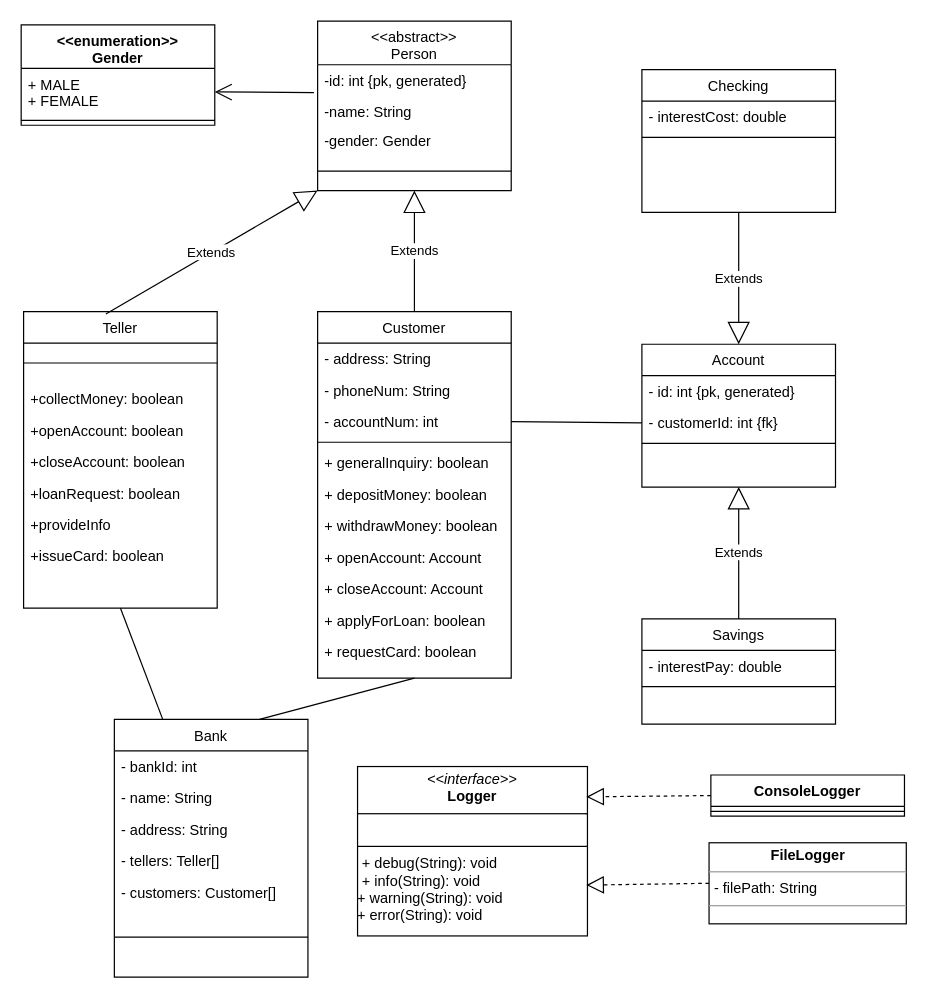
This is examples/simple_class_diagram.drawio from michelmbem/DrawioCodeGenerator, a draw.io file, before an edit. Source tidied: cells renumbered, new cells numbered last; positions are measured from the earlier drawing's top-left corner, leaving out a move shared by most shapes. Both pictures are drawn from the tidied source at 121%, with x=0, y=0 at pixel (21, 21).
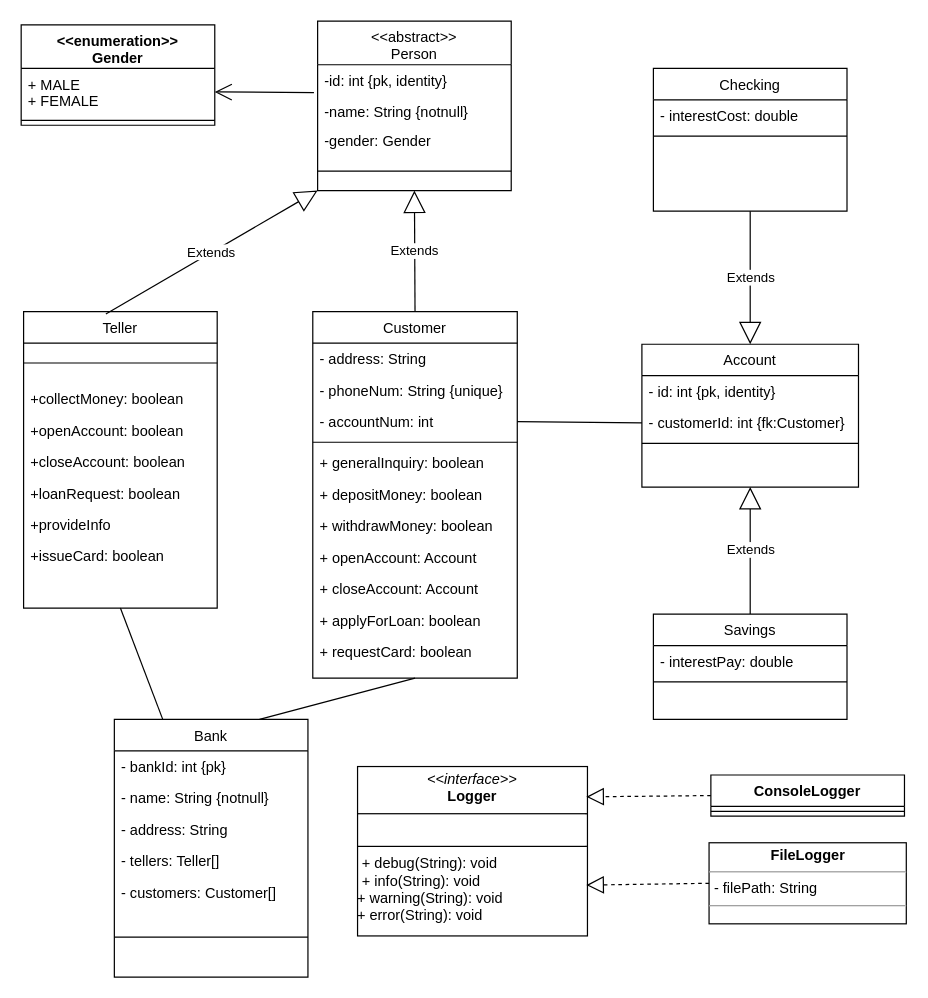
Above is the later version.

Unchanged cells that the change refers to:
```xml
<mxCell id="14" value="&lt;&lt;abstract&gt;&gt;&#10;Person" style="swimlane;fontStyle=0;align=center;verticalAlign=top;horizontal=1;startSize=36;rounded=0;shadow=0;strokeWidth=1;" parent="1" vertex="1">
  <mxGeometry x="245" width="160" height="140" as="geometry" />
</mxCell>
<mxCell id="42" value="Bank" style="swimlane;fontStyle=0;align=center;verticalAlign=top;horizontal=1;startSize=26;rounded=0;shadow=0;strokeWidth=1;" parent="1" vertex="1">
  <mxGeometry x="77" y="577" width="160" height="213" as="geometry" />
</mxCell>
```

Change to the diagram source:
```diff
@@
     <mxCell id="10" value="Account" style="swimlane;fontStyle=0;align=center;verticalAlign=top;horizontal=1;startSize=26;rounded=0;shadow=0;strokeWidth=1;" parent="1" vertex="1">
-      <mxGeometry x="513" y="267" width="160" height="118" as="geometry" />
+      <mxGeometry x="513" y="267" width="179" height="118" as="geometry" />
     </mxCell>
-    <mxCell id="11" value="- id: int {pk, generated}" style="text;align=left;verticalAlign=top;spacingLeft=4;spacingRight=4;overflow=hidden;" parent="10" vertex="1">
-      <mxGeometry y="26" width="160" height="26" as="geometry" />
+    <mxCell id="11" value="- id: int {pk, identity}" style="text;align=left;verticalAlign=top;spacingLeft=4;spacingRight=4;overflow=hidden;" parent="10" vertex="1">
+      <mxGeometry y="26" width="179" height="26" as="geometry" />
     </mxCell>
-    <mxCell id="12" value="- customerId: int {fk}" style="text;align=left;verticalAlign=top;spacingLeft=4;spacingRight=4;overflow=hidden;points=[[0,0.5],[1,0.5]];portConstraint=eastwest;rounded=0;shadow=0;html=0;" parent="10" vertex="1">
-      <mxGeometry y="52" width="160" height="26" as="geometry" />
+    <mxCell id="12" value="- customerId: int {fk:Customer}" style="text;align=left;verticalAlign=top;spacingLeft=4;spacingRight=4;overflow=hidden;points=[[0,0.5],[1,0.5]];portConstraint=eastwest;rounded=0;shadow=0;html=0;" parent="10" vertex="1">
+      <mxGeometry y="52" width="179" height="26" as="geometry" />
     </mxCell>
     <mxCell id="13" style="line;html=1;strokeWidth=1;align=left;verticalAlign=middle;spacingTop=-1;spacingLeft=3;spacingRight=3;labelPosition=right;" parent="10" vertex="1">
-      <mxGeometry y="78" width="160" height="8" as="geometry" />
+      <mxGeometry y="78" width="179" height="8" as="geometry" />
     </mxCell>
@@
-    <mxCell id="15" value="-id: int {pk, generated}" style="text;align=left;verticalAlign=top;spacingLeft=4;spacingRight=4;overflow=hidden;" parent="14" vertex="1">
+    <mxCell id="15" value="-id: int {pk, identity}" style="text;align=left;verticalAlign=top;spacingLeft=4;spacingRight=4;overflow=hidden;" parent="14" vertex="1">
       <mxGeometry y="36" width="160" height="26" as="geometry" />
     </mxCell>
-    <mxCell id="16" value="-name: String" style="text;align=left;verticalAlign=top;spacingLeft=4;spacingRight=4;overflow=hidden;points=[[0,0.5],[1,0.5]];portConstraint=eastwest;rounded=0;shadow=0;html=0;" parent="14" vertex="1">
+    <mxCell id="16" value="-name: String {notnull}" style="text;align=left;verticalAlign=top;spacingLeft=4;spacingRight=4;overflow=hidden;points=[[0,0.5],[1,0.5]];portConstraint=eastwest;rounded=0;shadow=0;html=0;" parent="14" vertex="1">
       <mxGeometry y="62" width="160" height="24" as="geometry" />
     </mxCell>
@@
     <mxCell id="19" value="Customer" style="swimlane;fontStyle=0;align=center;verticalAlign=top;horizontal=1;startSize=26;rounded=0;shadow=0;strokeWidth=1;" parent="1" vertex="1">
-      <mxGeometry x="245" y="240" width="160" height="303" as="geometry" />
+      <mxGeometry x="241" y="240" width="169" height="303" as="geometry" />
     </mxCell>
     <mxCell id="20" value="- address: String" style="text;align=left;verticalAlign=top;spacingLeft=4;spacingRight=4;overflow=hidden;" parent="19" vertex="1">
-      <mxGeometry y="26" width="160" height="26" as="geometry" />
+      <mxGeometry y="26" width="169" height="26" as="geometry" />
     </mxCell>
-    <mxCell id="21" value="- phoneNum: String" style="text;align=left;verticalAlign=top;spacingLeft=4;spacingRight=4;overflow=hidden;rounded=0;shadow=0;html=0;" parent="19" vertex="1">
-      <mxGeometry y="52" width="160" height="26" as="geometry" />
+    <mxCell id="21" value="- phoneNum: String {unique}" style="text;align=left;verticalAlign=top;spacingLeft=4;spacingRight=4;overflow=hidden;rounded=0;shadow=0;html=0;" parent="19" vertex="1">
+      <mxGeometry y="52" width="169" height="26" as="geometry" />
     </mxCell>
     <mxCell id="22" value="- accountNum: int" style="text;align=left;verticalAlign=top;spacingLeft=4;spacingRight=4;overflow=hidden;points=[[0,0.5],[1,0.5]];portConstraint=eastwest;rounded=0;shadow=0;html=0;" parent="19" vertex="1">
-      <mxGeometry y="78" width="160" height="26" as="geometry" />
+      <mxGeometry y="78" width="169" height="26" as="geometry" />
     </mxCell>
     <mxCell id="23" style="line;html=1;strokeWidth=1;align=left;verticalAlign=middle;spacingTop=-1;spacingLeft=3;spacingRight=3;labelPosition=right;" parent="19" vertex="1">
-      <mxGeometry y="104" width="160" height="8" as="geometry" />
+      <mxGeometry y="104" width="169" height="8" as="geometry" />
     </mxCell>
     <mxCell id="24" value="+ generalInquiry: boolean" style="text;align=left;verticalAlign=top;spacingLeft=4;spacingRight=4;overflow=hidden;" parent="19" vertex="1">
-      <mxGeometry y="112" width="160" height="26" as="geometry" />
+      <mxGeometry y="112" width="169" height="26" as="geometry" />
     </mxCell>
     <mxCell id="25" value="+ depositMoney: boolean" style="text;align=left;verticalAlign=top;spacingLeft=4;spacingRight=4;overflow=hidden;" parent="19" vertex="1">
-      <mxGeometry y="138" width="160" height="26" as="geometry" />
+      <mxGeometry y="138" width="169" height="26" as="geometry" />
     </mxCell>
     <mxCell id="26" value="+ withdrawMoney: boolean" style="text;align=left;verticalAlign=top;spacingLeft=4;spacingRight=4;overflow=hidden;" parent="19" vertex="1">
-      <mxGeometry y="164" width="160" height="26" as="geometry" />
+      <mxGeometry y="164" width="169" height="26" as="geometry" />
     </mxCell>
     <mxCell id="27" value="+ openAccount: Account" style="text;align=left;verticalAlign=top;spacingLeft=4;spacingRight=4;overflow=hidden;" parent="19" vertex="1">
-      <mxGeometry y="190" width="160" height="26" as="geometry" />
+      <mxGeometry y="190" width="169" height="26" as="geometry" />
     </mxCell>
     <mxCell id="28" value="+ closeAccount: Account" style="text;align=left;verticalAlign=top;spacingLeft=4;spacingRight=4;overflow=hidden;" parent="19" vertex="1">
-      <mxGeometry y="216" width="160" height="26" as="geometry" />
+      <mxGeometry y="216" width="169" height="26" as="geometry" />
     </mxCell>
     <mxCell id="29" value="+ applyForLoan: boolean" style="text;align=left;verticalAlign=top;spacingLeft=4;spacingRight=4;overflow=hidden;" parent="19" vertex="1">
-      <mxGeometry y="242" width="160" height="26" as="geometry" />
+      <mxGeometry y="242" width="169" height="26" as="geometry" />
     </mxCell>
     <mxCell id="30" value="+ requestCard: boolean" style="text;align=left;verticalAlign=top;spacingLeft=4;spacingRight=4;overflow=hidden;" parent="19" vertex="1">
-      <mxGeometry y="268" width="160" height="26" as="geometry" />
+      <mxGeometry y="268" width="169" height="26" as="geometry" />
     </mxCell>
@@
     <mxCell id="33" value="Checking" style="swimlane;fontStyle=0;align=center;verticalAlign=top;horizontal=1;startSize=26;rounded=0;shadow=0;strokeWidth=1;" parent="1" vertex="1">
-      <mxGeometry x="513" y="40" width="160" height="118" as="geometry" />
+      <mxGeometry x="522.5" y="39" width="160" height="118" as="geometry" />
     </mxCell>
@@
     <mxCell id="36" value="Savings" style="swimlane;fontStyle=0;align=center;verticalAlign=top;horizontal=1;startSize=26;rounded=0;shadow=0;strokeWidth=1;" parent="1" vertex="1">
-      <mxGeometry x="513" y="494" width="160" height="87" as="geometry" />
+      <mxGeometry x="522.5" y="490" width="160" height="87" as="geometry" />
     </mxCell>
@@
-    <mxCell id="43" value="- bankId: int" style="text;align=left;verticalAlign=top;spacingLeft=4;spacingRight=4;overflow=hidden;" parent="42" vertex="1">
+    <mxCell id="43" value="- bankId: int {pk}" style="text;align=left;verticalAlign=top;spacingLeft=4;spacingRight=4;overflow=hidden;" parent="42" vertex="1">
       <mxGeometry y="26" width="160" height="26" as="geometry" />
     </mxCell>
-    <mxCell id="44" value="- name: String" style="text;align=left;verticalAlign=top;spacingLeft=4;spacingRight=4;overflow=hidden;rounded=0;shadow=0;html=0;" parent="42" vertex="1">
+    <mxCell id="44" value="- name: String {notnull}" style="text;align=left;verticalAlign=top;spacingLeft=4;spacingRight=4;overflow=hidden;rounded=0;shadow=0;html=0;" parent="42" vertex="1">
       <mxGeometry y="52" width="160" height="26" as="geometry" />
     </mxCell>
```
